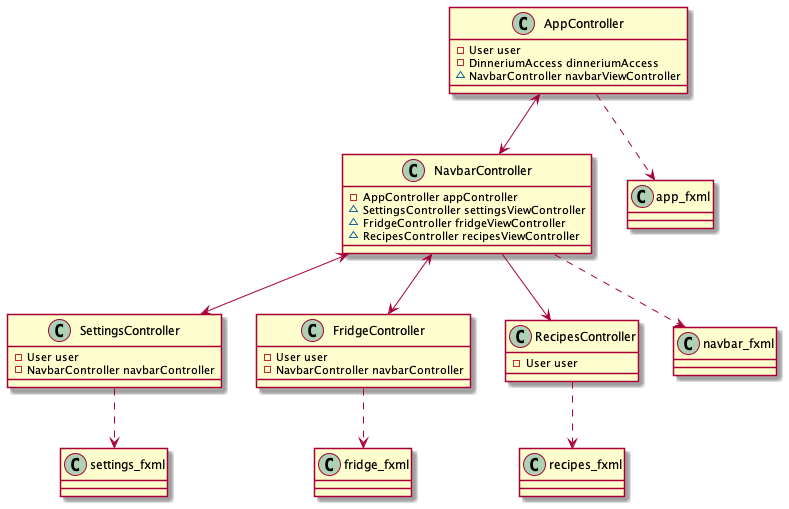
The PlantUML diagram documentation/diagrams/fxui_class_diagram.png in joonerik/dinnerium, before a commit.
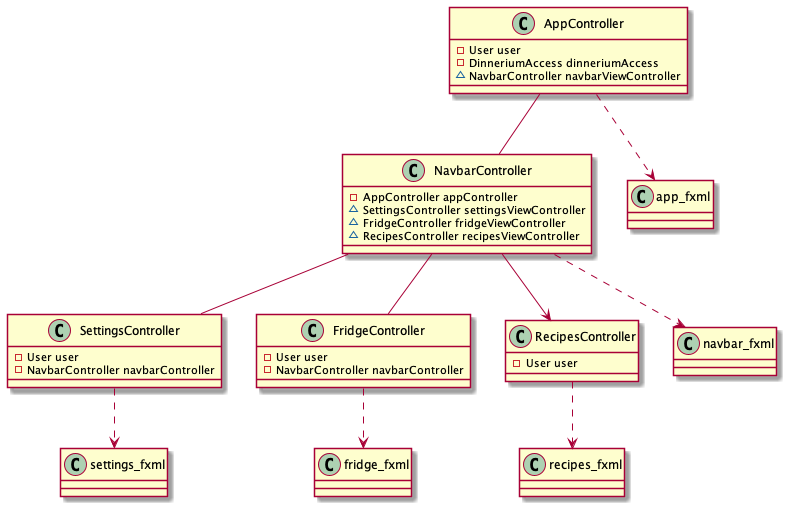
After the commit.

Commit message:
small rework on ui_class_diagram and fxui_class_diagram

Change to the diagram source:
```diff
@@ -34,10 +34,10 @@
 class app_fxml {}
 
 
-NavbarController <--> FridgeController
-NavbarController <--> SettingsController
+NavbarController -- FridgeController
+NavbarController -- SettingsController
 NavbarController --> RecipesController
-AppController <--> NavbarController
+AppController -- NavbarController
 
 AppController ..> app_fxml
 NavbarController ..> navbar_fxml
```
